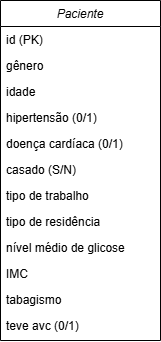
Earlier version of the draw.io export docs/Modelo Conceitual (DER).png (adriellebs/projeto_avc). Source tidied: cells renumbered, new cells last; positions are measured from the earlier drawing's top-left corner, leaving out a move shared by most shapes.
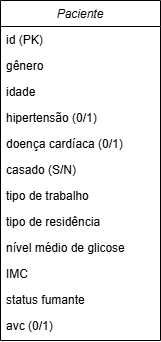
Above is the later version.

Diff of the diagram source:
```diff
@@ -35,10 +35,10 @@
     <mxCell id="12" value="IMC" style="text;align=left;verticalAlign=top;spacingLeft=4;spacingRight=4;overflow=hidden;rounded=0;shadow=0;html=0;" parent="2" vertex="1">
       <mxGeometry y="260" width="160" height="26" as="geometry" />
     </mxCell>
-    <mxCell id="13" value="tabagismo" style="text;align=left;verticalAlign=top;spacingLeft=4;spacingRight=4;overflow=hidden;rounded=0;shadow=0;html=0;" parent="2" vertex="1">
+    <mxCell id="13" value="status fumante" style="text;align=left;verticalAlign=top;spacingLeft=4;spacingRight=4;overflow=hidden;rounded=0;shadow=0;html=0;" parent="2" vertex="1">
       <mxGeometry y="286" width="160" height="26" as="geometry" />
     </mxCell>
-    <mxCell id="14" value="teve avc (0/1)" style="text;align=left;verticalAlign=top;spacingLeft=4;spacingRight=4;overflow=hidden;rounded=0;shadow=0;html=0;" parent="2" vertex="1">
+    <mxCell id="14" value="avc (0/1)" style="text;align=left;verticalAlign=top;spacingLeft=4;spacingRight=4;overflow=hidden;rounded=0;shadow=0;html=0;" parent="2" vertex="1">
       <mxGeometry y="312" width="160" height="26" as="geometry" />
     </mxCell>
   </root>
```
